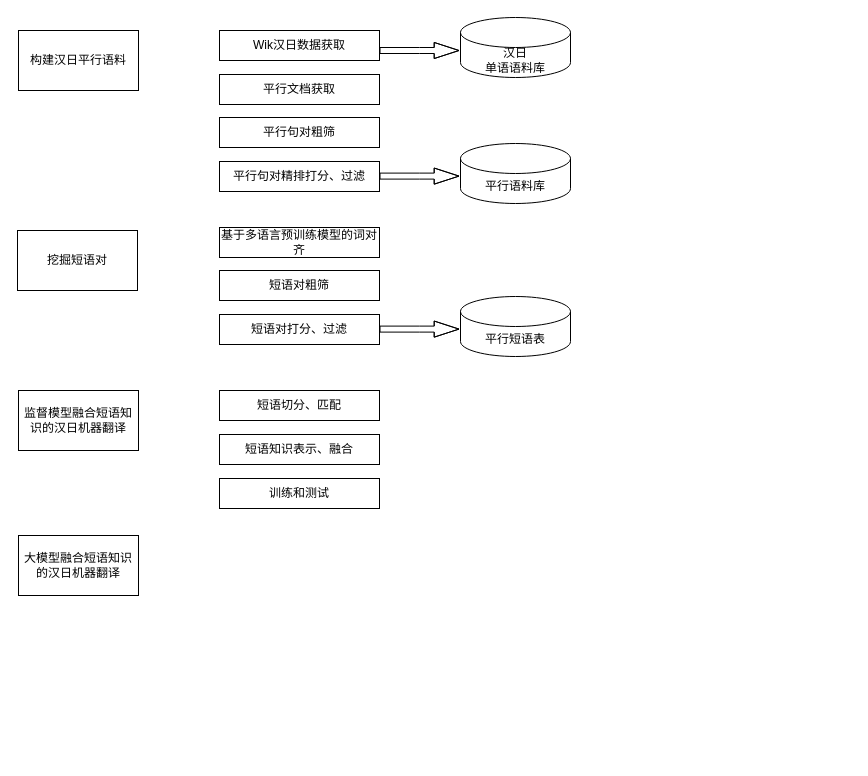
Before: 2024教育部社科项目.drawio in lizezhonglaile/drawio, a draw.io diagram. Source tidied: cells renumbered, new cells numbered last; positions are measured from the earlier drawing's top-left corner, leaving out a move shared by most shapes. Both pictures are drawn from the tidied source at 100%, with x=0, y=0 at pixel (17, 17).
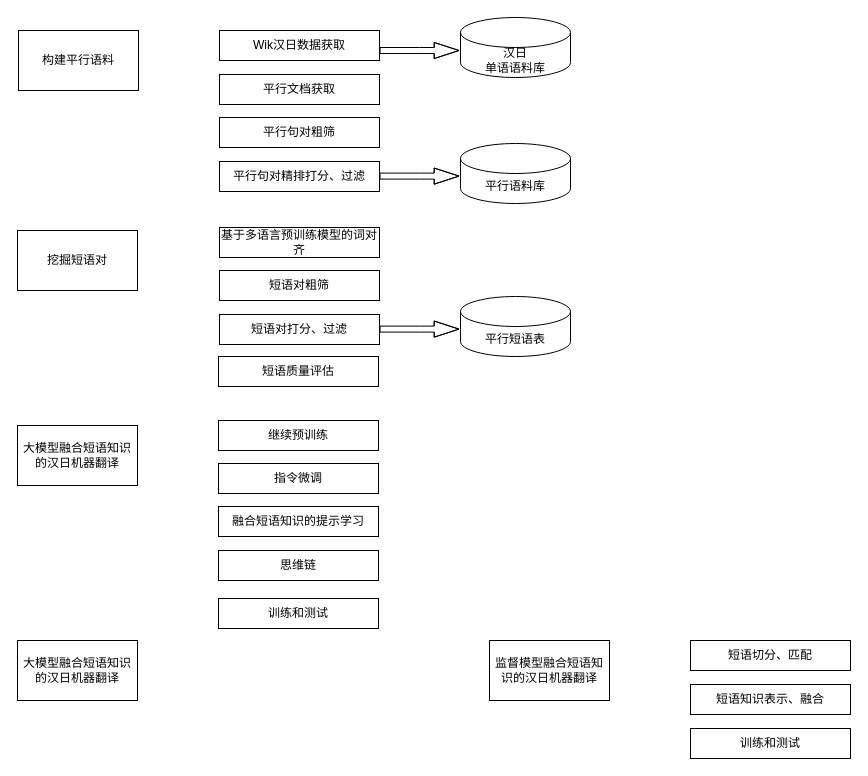
After the change.

Commit message (it also covers changes not shown here):
更新2024教育部社科项目.drawio

Diff of the diagram source:
```diff
@@
     <mxCell id="4" value="监督模型融合短语知识的汉日机器翻译" style="rounded=0;whiteSpace=wrap;html=1;" parent="1" vertex="1">
-      <mxGeometry x="1" y="373" width="120" height="60" as="geometry" />
+      <mxGeometry x="472" y="623" width="120" height="60" as="geometry" />
     </mxCell>
     <mxCell id="5" value="大模型融合短语知识的汉日机器翻译" style="rounded=0;whiteSpace=wrap;html=1;" parent="1" vertex="1">
-      <mxGeometry x="1" y="518" width="120" height="60" as="geometry" />
+      <mxGeometry y="408" width="120" height="60" as="geometry" />
     </mxCell>
-    <mxCell id="6" value="构建汉日平行语料" style="rounded=0;whiteSpace=wrap;html=1;" parent="1" vertex="1">
+    <mxCell id="6" value="构建平行语料" style="rounded=0;whiteSpace=wrap;html=1;" parent="1" vertex="1">
       <mxGeometry x="1" y="13" width="120" height="60" as="geometry" />
     </mxCell>
@@
     <mxCell id="19" value="短语切分、匹配" style="rounded=0;whiteSpace=wrap;html=1;" parent="1" vertex="1">
-      <mxGeometry x="202" y="373" width="160" height="30" as="geometry" />
+      <mxGeometry x="673" y="623" width="160" height="30" as="geometry" />
     </mxCell>
     <mxCell id="20" value="短语知识表示、融合" style="rounded=0;whiteSpace=wrap;html=1;" parent="1" vertex="1">
-      <mxGeometry x="202" y="417" width="160" height="30" as="geometry" />
+      <mxGeometry x="673" y="667" width="160" height="30" as="geometry" />
     </mxCell>
     <mxCell id="21" value="训练和测试" style="rounded=0;whiteSpace=wrap;html=1;" parent="1" vertex="1">
-      <mxGeometry x="202" y="461" width="160" height="30" as="geometry" />
+      <mxGeometry x="673" y="711" width="160" height="30" as="geometry" />
     </mxCell>
+    <mxCell id="22" value="融合短语知识的提示学习" style="rounded=0;whiteSpace=wrap;html=1;" parent="1" vertex="1">
+      <mxGeometry x="201" y="489" width="160" height="30" as="geometry" />
+    </mxCell>
+    <mxCell id="23" value="思维链" style="rounded=0;whiteSpace=wrap;html=1;" parent="1" vertex="1">
+      <mxGeometry x="201" y="533" width="160" height="30" as="geometry" />
+    </mxCell>
+    <mxCell id="24" value="继续预训练" style="rounded=0;whiteSpace=wrap;html=1;" parent="1" vertex="1">
+      <mxGeometry x="201" y="403" width="160" height="30" as="geometry" />
+    </mxCell>
+    <mxCell id="25" value="指令微调" style="rounded=0;whiteSpace=wrap;html=1;" parent="1" vertex="1">
+      <mxGeometry x="201" y="446" width="160" height="30" as="geometry" />
+    </mxCell>
+    <mxCell id="26" value="训练和测试" style="rounded=0;whiteSpace=wrap;html=1;" parent="1" vertex="1">
+      <mxGeometry x="201" y="581" width="160" height="30" as="geometry" />
+    </mxCell>
+    <mxCell id="27" value="大模型融合短语知识的汉日机器翻译" style="rounded=0;whiteSpace=wrap;html=1;" parent="1" vertex="1">
+      <mxGeometry y="623" width="120" height="60" as="geometry" />
+    </mxCell>
+    <mxCell id="28" value="短语质量评估" style="rounded=0;whiteSpace=wrap;html=1;" parent="1" vertex="1">
+      <mxGeometry x="201" y="339" width="160" height="30" as="geometry" />
+    </mxCell>
```
